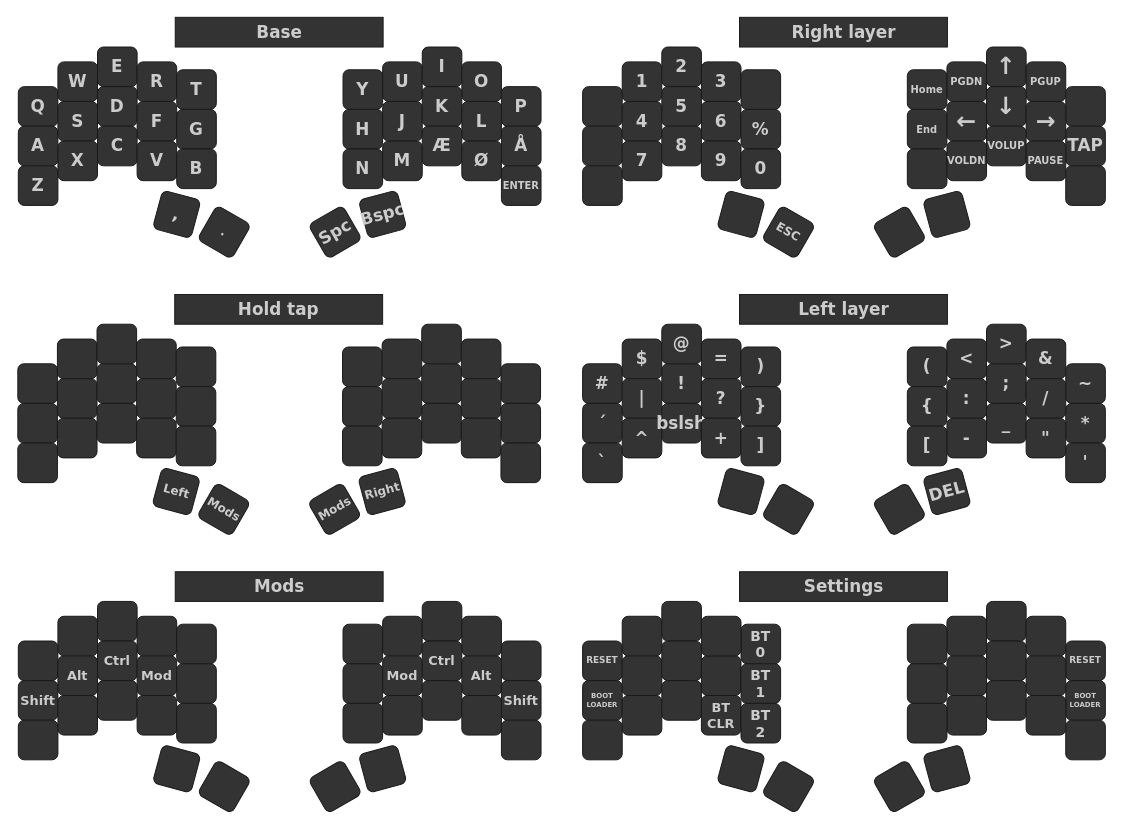
Before: keymap.drawio in SofusA/zmk-config, a draw.io diagram. Source tidied: cells renumbered, new cells numbered last; positions are measured from the earlier drawing's top-left corner, leaving out a move shared by most shapes. Both pictures are drawn from the tidied source at 99%, with x=0, y=0 at pixel (18, 17).
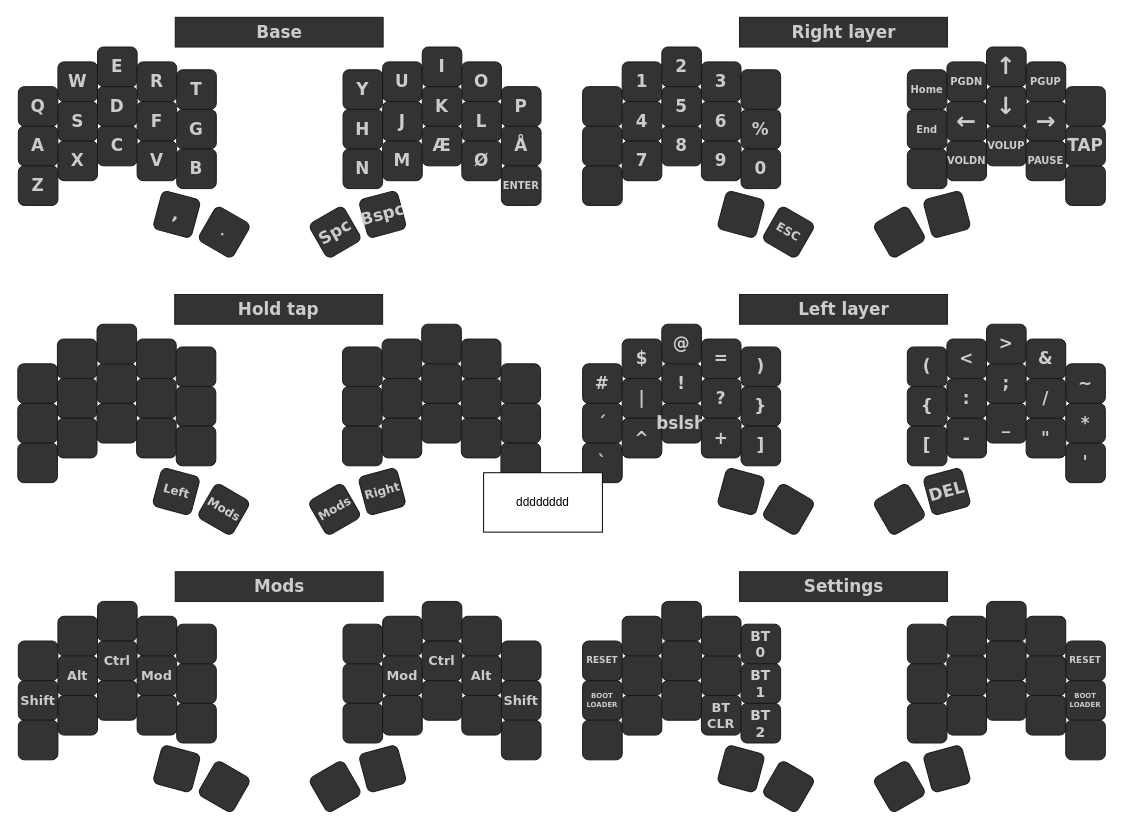
The same page after the edit.

The edit, as a diff of the source:
```diff
@@
+    <mxCell id="213" value="dddddddd" style="whiteSpace=wrap;html=1;" parent="1" vertex="1">
+      <mxGeometry x="470" y="460" width="120" height="60" as="geometry" />
+    </mxCell>
```
